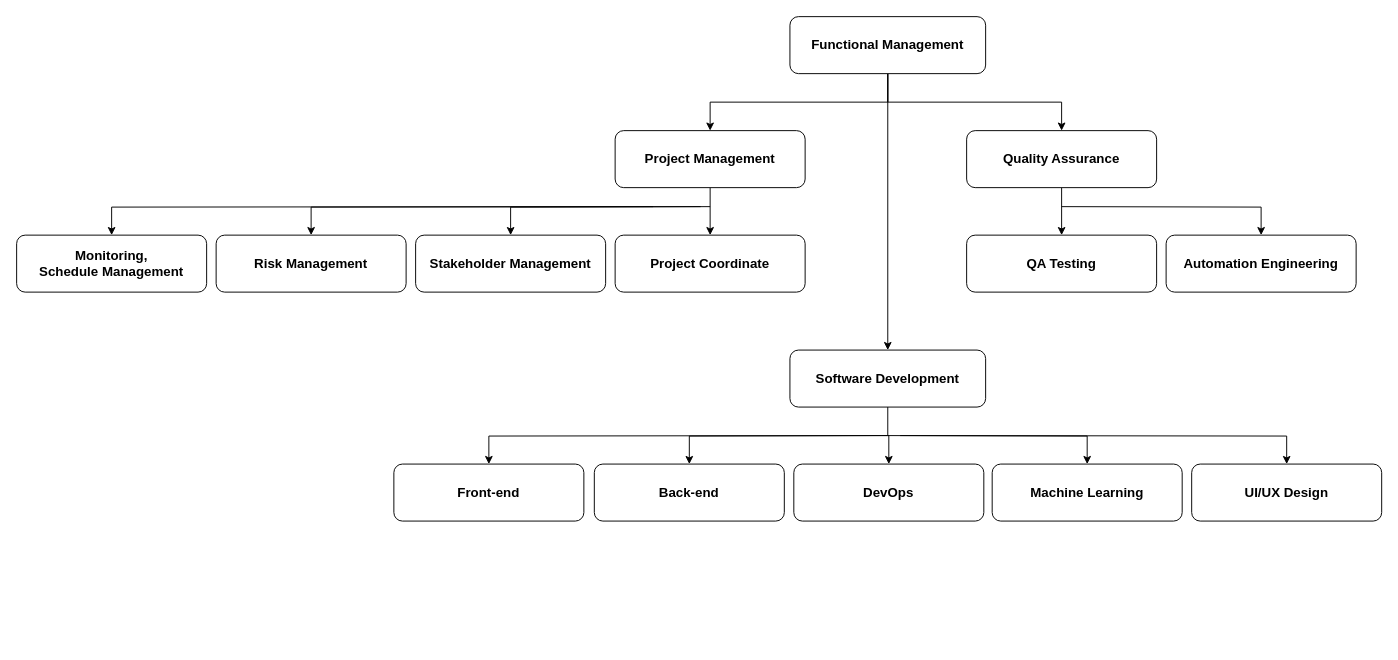
Before: pmp.drawio in iirtrtrt/data, a draw.io diagram. Source tidied: cells renumbered, new cells numbered last; positions are measured from the earlier drawing's top-left corner, leaving out a move shared by most shapes. Both pictures are drawn from the tidied source at 95%, with x=0, y=0 at pixel (16, 16).
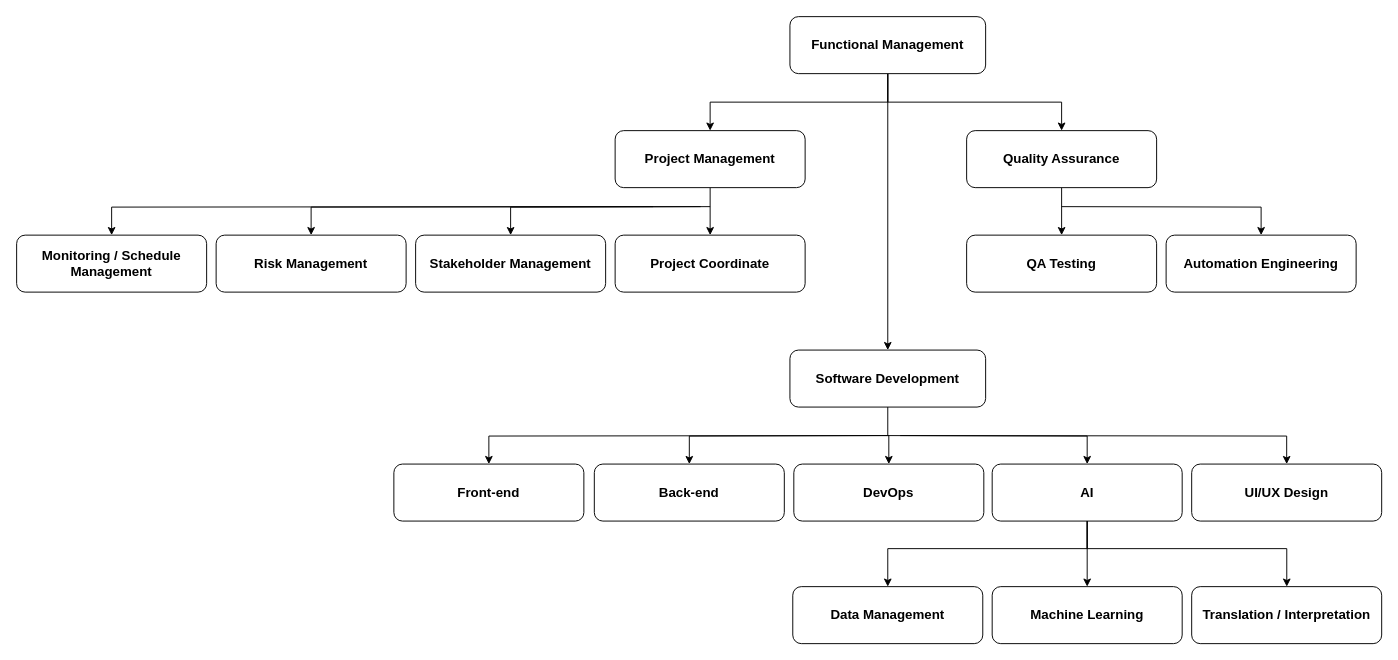
The same diagram, later.

Diff of the diagram source:
```diff
@@
+    <mxCell id="31" style="edgeStyle=orthogonalEdgeStyle;rounded=0;jettySize=auto;html=1;exitX=0.5;exitY=1;exitDx=0;exitDy=0;entryX=0.5;entryY=0;entryDx=0;entryDy=0;" parent="1" edge="1" source="23" target="35">
+      <mxGeometry relative="1" as="geometry" />
+    </mxCell>
+    <mxCell id="32" style="edgeStyle=orthogonalEdgeStyle;rounded=0;jettySize=auto;html=1;" parent="1" edge="1" source="23" target="34">
+      <mxGeometry relative="1" as="geometry">
+        <Array as="points">
+          <mxPoint x="1127" y="560" />
+          <mxPoint x="917" y="560" />
+        </Array>
+      </mxGeometry>
+    </mxCell>
+    <mxCell id="33" style="edgeStyle=orthogonalEdgeStyle;rounded=0;jettySize=auto;html=1;" parent="1" edge="1" source="23" target="36">
+      <mxGeometry relative="1" as="geometry">
+        <Array as="points">
+          <mxPoint x="1127" y="560" />
+          <mxPoint x="1337" y="560" />
+        </Array>
+      </mxGeometry>
+    </mxCell>
-    <mxCell id="23" value="&lt;span style=&quot;font-size: 14px;&quot;&gt;&lt;b&gt;Machine Learning&lt;/b&gt;&lt;/span&gt;" style="rounded=1;whiteSpace=wrap;html=1;" parent="1" vertex="1">
+    <mxCell id="23" value="&lt;span style=&quot;font-size: 14px;&quot;&gt;&lt;b&gt;AI&lt;/b&gt;&lt;/span&gt;" style="rounded=1;whiteSpace=wrap;html=1;" parent="1" vertex="1">
       <mxGeometry x="1026.9" y="471" width="200" height="60" as="geometry" />
     </mxCell>
@@
-    <mxCell id="30" value="&lt;span style=&quot;font-size: 14px;&quot;&gt;&lt;b&gt;Monitoring,&lt;/b&gt;&lt;/span&gt;&lt;div&gt;&lt;span style=&quot;font-size: 14px;&quot;&gt;&lt;b&gt;Schedule Management&lt;/b&gt;&lt;/span&gt;&lt;/div&gt;" style="rounded=1;whiteSpace=wrap;html=1;" parent="1" vertex="1">
+    <mxCell id="30" value="&lt;span style=&quot;font-size: 14px;&quot;&gt;&lt;b&gt;Monitoring /&amp;nbsp;&lt;/b&gt;&lt;/span&gt;&lt;b style=&quot;font-size: 14px; background-color: initial;&quot;&gt;Schedule Management&lt;/b&gt;" style="rounded=1;whiteSpace=wrap;html=1;" parent="1" vertex="1">
       <mxGeometry y="230" width="200" height="60" as="geometry" />
     </mxCell>
+    <mxCell id="34" value="&lt;span style=&quot;font-size: 14px;&quot;&gt;&lt;b&gt;Data Management&lt;/b&gt;&lt;/span&gt;" style="rounded=1;whiteSpace=wrap;html=1;" parent="1" vertex="1">
+      <mxGeometry x="817" y="600" width="200" height="60" as="geometry" />
+    </mxCell>
+    <mxCell id="35" value="&lt;span style=&quot;font-size: 14px;&quot;&gt;&lt;b&gt;Machine Learning&lt;/b&gt;&lt;/span&gt;" style="rounded=1;whiteSpace=wrap;html=1;" parent="1" vertex="1">
+      <mxGeometry x="1026.9" y="600" width="200" height="60" as="geometry" />
+    </mxCell>
+    <mxCell id="36" value="&lt;span style=&quot;font-size: 14px;&quot;&gt;&lt;b&gt;Translation / Interpretation&lt;/b&gt;&lt;/span&gt;" style="rounded=1;whiteSpace=wrap;html=1;" parent="1" vertex="1">
+      <mxGeometry x="1236.9" y="600" width="200" height="60" as="geometry" />
+    </mxCell>
```
